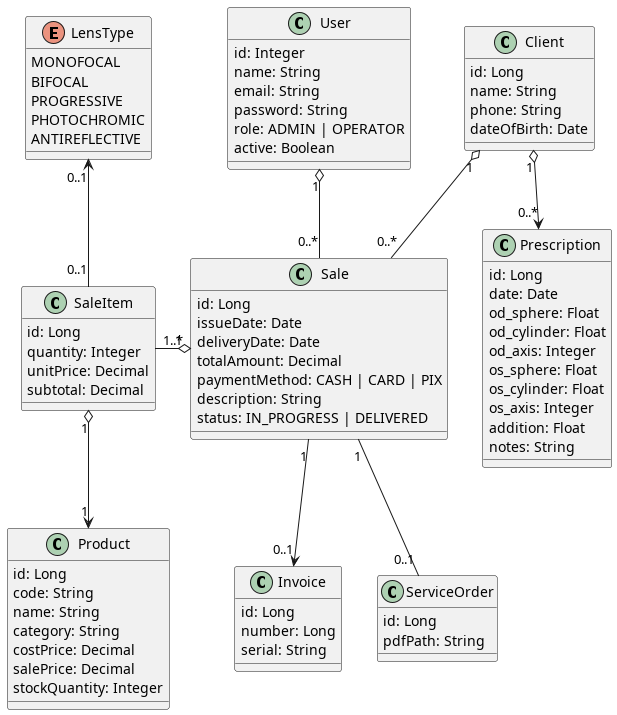
This is out/docs/model/model.png from Andre-Franco1/optica-manager-conception, a PlantUML export, as it was before one commit.
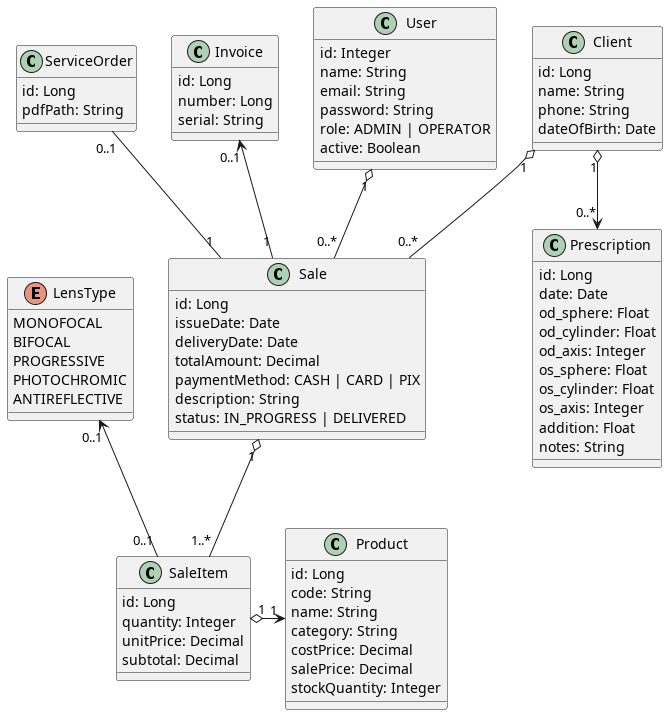
The same file after the commit.

Commit message:
docs: adjust classes position in the model

Change to the diagram source:
```diff
@@ -76,10 +76,10 @@
 }
 
 Client      "1"          o--      "0..*"    Sale
-Sale        "1"          o-l-     "1..*"    SaleItem
-SaleItem    "1"          o-->     "1"       Product
-Sale        "1"          -->      "0..1"    Invoice
-Sale        "1"          -d-      "0..1"    ServiceOrder
+Sale        "1"          o-d-     "1..*"    SaleItem
+SaleItem    "1"          o-r->     "1"       Product
+Sale        "1"          -u->      "0..1"    Invoice
+Sale        "1"          -u-      "0..1"    ServiceOrder
 User        "1"          o--      "0..*"    Sale
 Client      "1"          o-->     "0..*"    Prescription
 SaleItem    "0..1"       -u->     "0..1"    LensType
```
